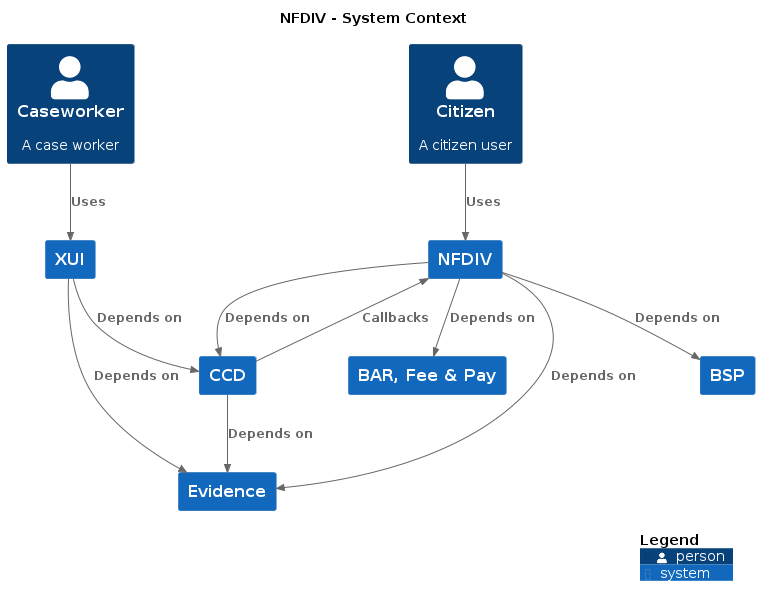
Before: docs/c4/nfdiv/images/structurizr-nfdiv-context.png, a diagram exported from PlantUML (hmcts/cnp-api-docs).
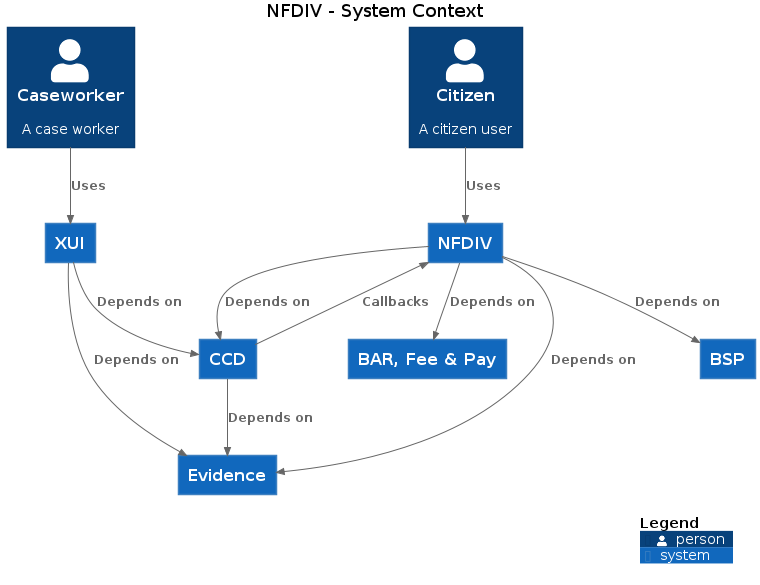
After the change.

Diff of the diagram source:
```diff
@@ -3,28 +3,28 @@
 
 top to bottom direction
 
-!include https://raw.githubusercontent.com/plantuml-stdlib/C4-PlantUML/master/C4.puml
-!include https://raw.githubusercontent.com/plantuml-stdlib/C4-PlantUML/master/C4_Context.puml
+!includeurl https://raw.githubusercontent.com/plantuml-stdlib/C4-PlantUML/master/C4.puml
+!includeurl https://raw.githubusercontent.com/plantuml-stdlib/C4-PlantUML/master/C4_Context.puml
 
-System(NFDIV, "NFDIV", "", $tags="")
-System(CCD, "CCD", "", $tags="")
-System(Evidence, "Evidence", "", $tags="")
-System(BSP, "BSP", "", $tags="")
-System(XUI, "XUI", "", $tags="")
-Person(Citizen, "Citizen", "A citizen user", $tags="")
-Person(Caseworker, "Caseworker", "A case worker", $tags="")
-System(BARFeePay, "BAR, Fee & Pay", "", $tags="")
+System(NFDIV, "NFDIV", "")
+System(CCD, "CCD", "")
+System(Evidence, "Evidence", "")
+System(BSP, "BSP", "")
+System(XUI, "XUI", "")
+Person(Citizen, "Citizen", "A citizen user")
+Person(Caseworker, "Caseworker", "A case worker")
+System(BARFeePay, "BAR, Fee & Pay", "")
 
-Rel_D(CCD, Evidence, "Depends on", $tags="")
-Rel_D(XUI, Evidence, "Depends on", $tags="")
-Rel_D(XUI, CCD, "Depends on", $tags="")
-Rel_D(NFDIV, CCD, "Depends on", $tags="")
-Rel_D(NFDIV, BARFeePay, "Depends on", $tags="")
-Rel_D(NFDIV, Evidence, "Depends on", $tags="")
-Rel_D(NFDIV, BSP, "Depends on", $tags="")
-Rel_D(Caseworker, XUI, "Uses", $tags="")
-Rel_D(Citizen, NFDIV, "Uses", $tags="")
-Rel_D(CCD, NFDIV, "Callbacks", $tags="")
+Rel_D(CCD, Evidence, "Depends on")
+Rel_D(XUI, Evidence, "Depends on")
+Rel_D(XUI, CCD, "Depends on")
+Rel_D(NFDIV, CCD, "Depends on")
+Rel_D(NFDIV, BARFeePay, "Depends on")
+Rel_D(NFDIV, Evidence, "Depends on")
+Rel_D(NFDIV, BSP, "Depends on")
+Rel_D(Caseworker, XUI, "Uses")
+Rel_D(Citizen, NFDIV, "Uses")
+Rel_D(CCD, NFDIV, "Callbacks")
 
 SHOW_DYNAMIC_LEGEND()
 @enduml
```
